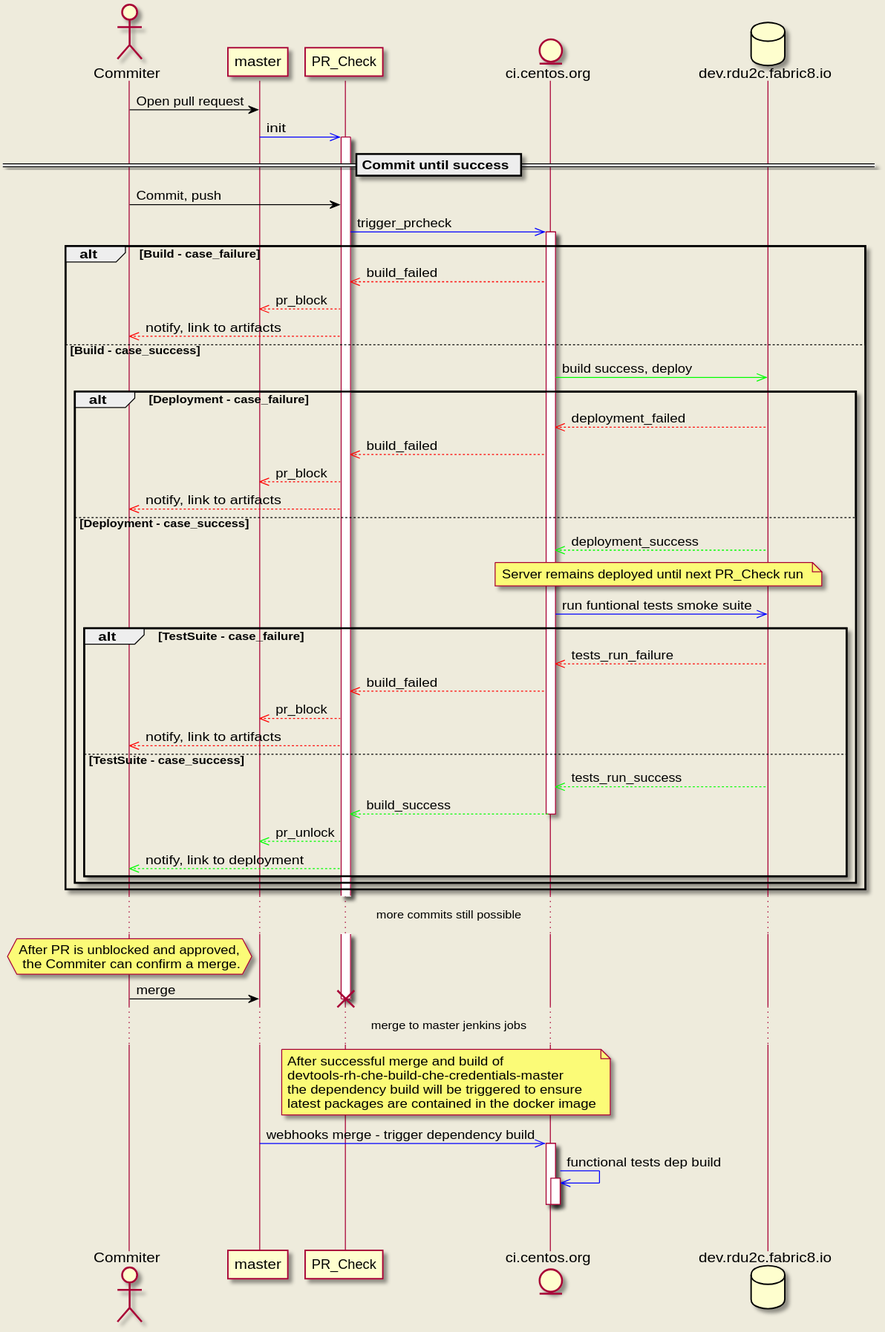
The PlantUML diagram documentation/rh-che-prcheck/pr_check_general_squence_diagram.svg in redhat-developer/rh-che, before a commit.
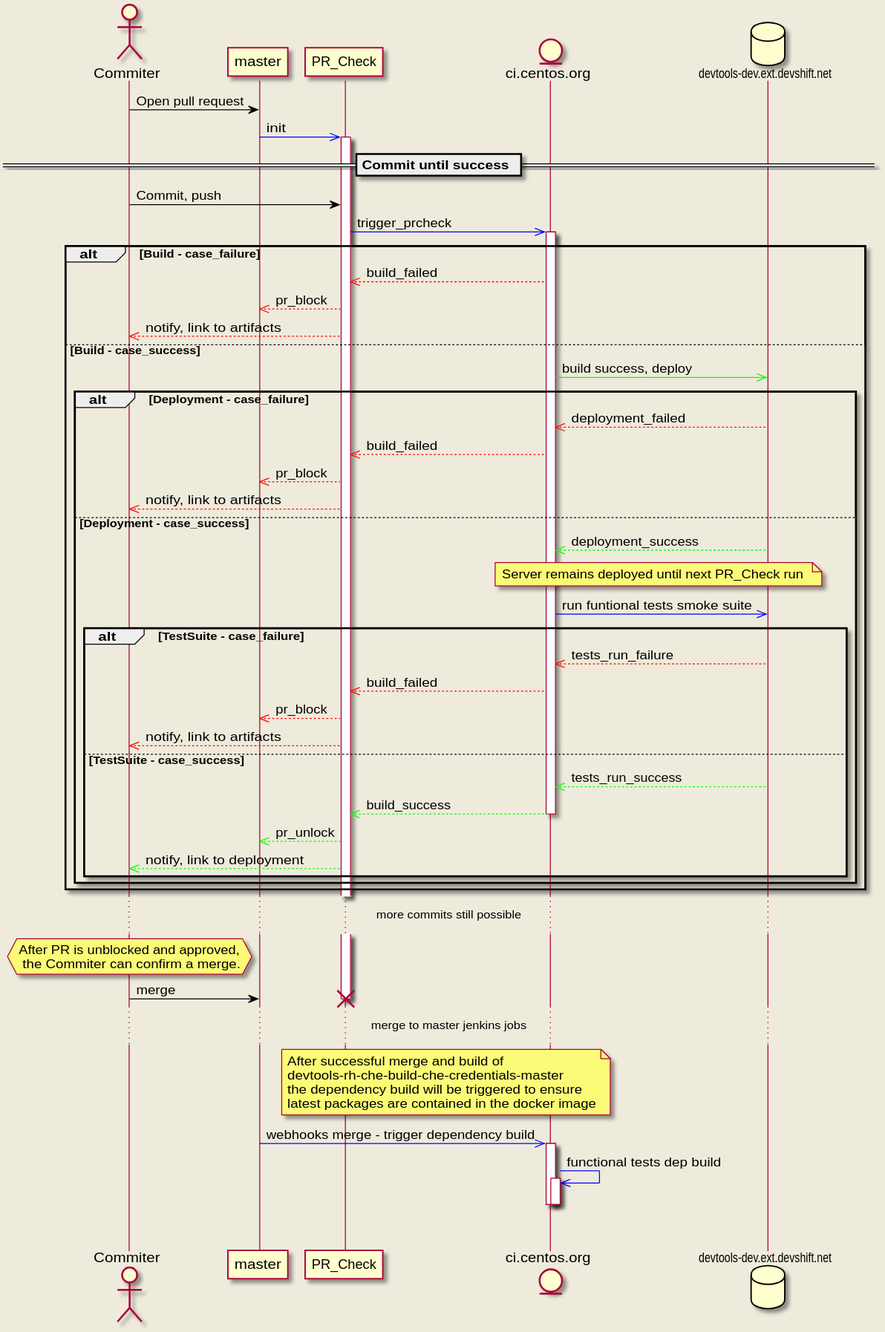
The same file after the commit.

What changed in the source:
```diff
@@ -4,12 +4,11 @@
 participant master
 participant PR_Check
 entity ci.centos.org
-database dev.rdu2c.fabric8.io
+database devtools-dev.ext.devshift.net
 
 Commiter -[#000]> master : Open pull request
 master -[#00F]>> PR_Check : init
-activate PR_Check
-== Commit until success ==
+activate PR_Check == Commit until success ==
 Commiter -[#000]> PR_Check : Commit, push
 PR_Check -[#00F]>> ci.centos.org : trigger_prcheck
 activate ci.centos.org
@@ -18,23 +17,23 @@
         master <<-[#F00]- PR_Check : pr_block
         Commiter <<-[#F00]- PR_Check : notify, link to artifacts
 else Build - case_success
-        ci.centos.org -[#0F0]>> dev.rdu2c.fabric8.io : build success, deploy
+        ci.centos.org -[#0F0]>> devtools-dev.ext.devshift.net : build success, deploy
         alt Deployment - case_failure
-                ci.centos.org <<-[#F00]- dev.rdu2c.fabric8.io : deployment_failed
+                ci.centos.org <<-[#F00]- devtools-dev.ext.devshift.net : deployment_failed
                 PR_Check <<-[#F00]- ci.centos.org : build_failed
                 master <<-[#F00]- PR_Check : pr_block
                 Commiter <<-[#F00]- PR_Check : notify, link to artifacts
         else Deployment - case_success
-                ci.centos.org <<-[#0F0]- dev.rdu2c.fabric8.io : deployment_success
-                note over ci.centos.org, dev.rdu2c.fabric8.io : Server remains deployed until next PR_Check run
-                ci.centos.org -[#00F]>> dev.rdu2c.fabric8.io : run funtional tests smoke suite
+                ci.centos.org <<-[#0F0]- devtools-dev.ext.devshift.net : deployment_success
+                note over ci.centos.org, devtools-dev.ext.devshift.net : Server remains deployed until next PR_Check run
+                ci.centos.org -[#00F]>> devtools-dev.ext.devshift.net : run funtional tests smoke suite
                 alt TestSuite - case_failure
-                        ci.centos.org <<-[#F00]- dev.rdu2c.fabric8.io : tests_run_failure
+                        ci.centos.org <<-[#F00]- devtools-dev.ext.devshift.net : tests_run_failure
                         PR_Check <<-[#F00]- ci.centos.org : build_failed
                         master <<-[#F00]- PR_Check : pr_block
                         Commiter <<-[#F00]- PR_Check : notify, link to artifacts
                 else TestSuite - case_success
-                        ci.centos.org <<-[#0F0]- dev.rdu2c.fabric8.io : tests_run_success
+                        ci.centos.org <<-[#0F0]- devtools-dev.ext.devshift.net : tests_run_success
                         PR_Check <<-[#0F0]- ci.centos.org : build_success
                         deactivate ci.centos.org
                         master <<-[#0F0]- PR_Check : pr_unlock
```
